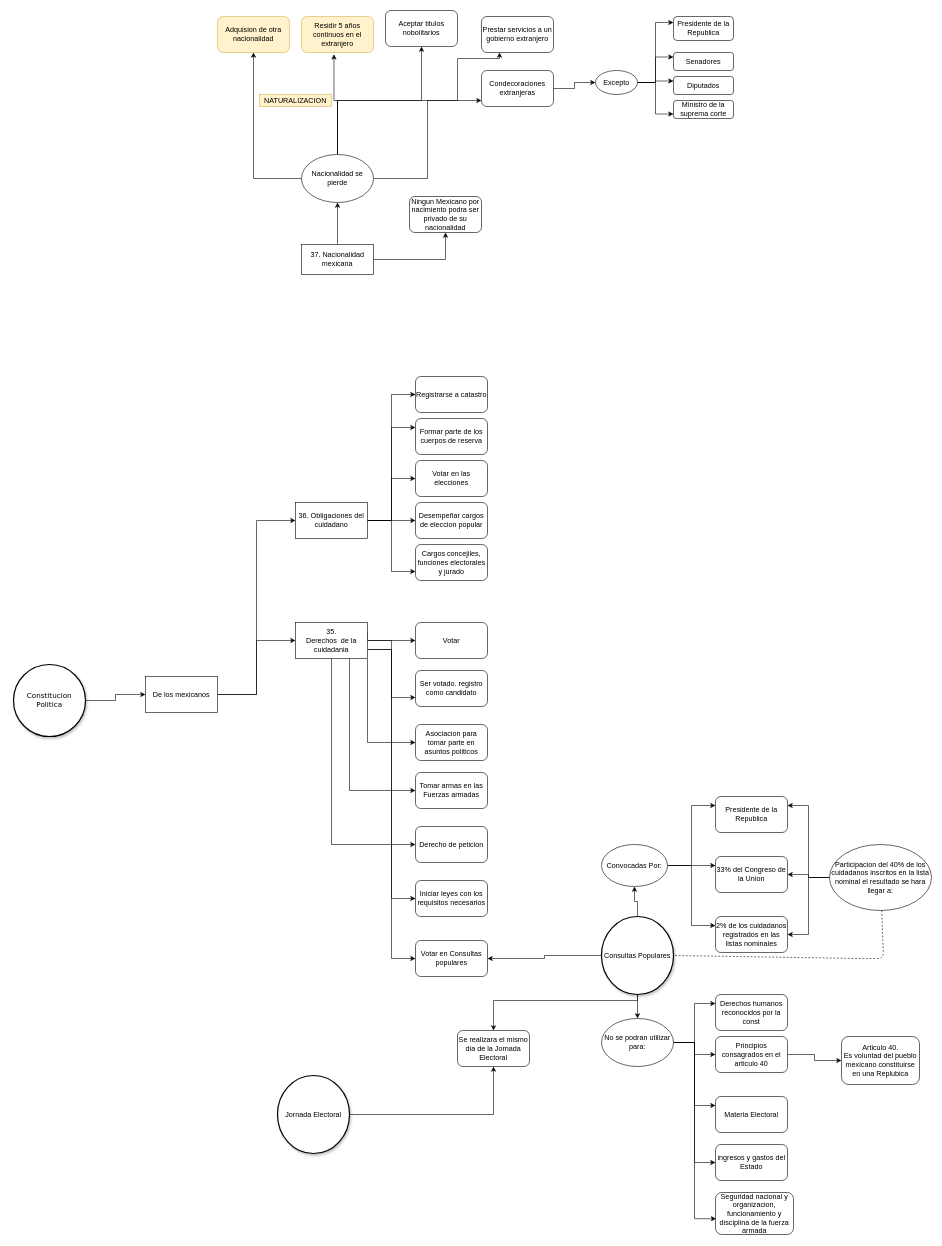
ChristianGastelum/vim keeps this draw.io diagram as Mapa mental Constitucion Politica.drawio. Above is the earlier version. Source tidied: cells renumbered, new cells numbered last; positions are measured from the earlier drawing's top-left corner, leaving out a move shared by most shapes. Both pictures are drawn from the tidied source at 60%, with x=0, y=0 at pixel (13, 10).
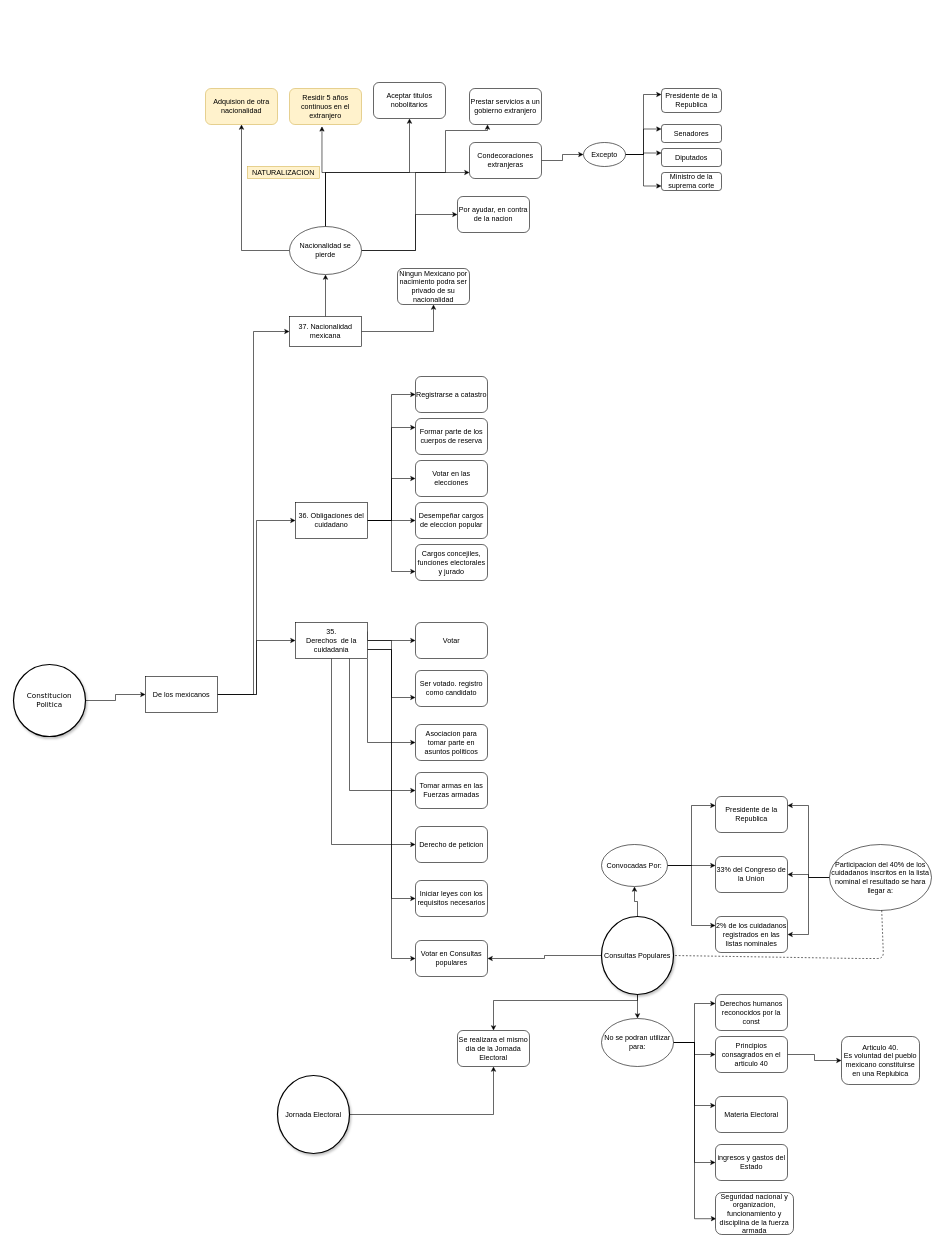
The same diagram, later.

The change refers to these unchanged cells:
```xml
<mxCell id="6" value="De los mexicanos" style="rounded=0;whiteSpace=wrap;html=1;" parent="1" vertex="1">
  <mxGeometry x="220" y="1110" width="120" height="60" as="geometry" />
</mxCell>
```

Change to the diagram source:
```diff
@@
+    <mxCell id="92" style="edgeStyle=orthogonalEdgeStyle;rounded=0;jettySize=auto;html=1;entryX=0;entryY=0.5;entryDx=0;entryDy=0;" parent="1" edge="1" source="6" target="68">
+      <mxGeometry relative="1" as="geometry">
+        <Array as="points">
+          <mxPoint x="400" y="1140" />
+          <mxPoint x="400" y="535" />
+        </Array>
+      </mxGeometry>
+    </mxCell>
@@
     <mxCell id="68" value="37. Nacionalidad mexicana" style="rounded=0;whiteSpace=wrap;html=1;" parent="1" vertex="1">
-      <mxGeometry x="480" y="390" width="120" height="50" as="geometry" />
+      <mxGeometry x="460" y="510" width="120" height="50" as="geometry" />
     </mxCell>
     <mxCell id="69" value="Ningun Mexicano por nacimiento podra ser privado de su nacionalidad" style="rounded=1;whiteSpace=wrap;html=1;" parent="1" vertex="1">
-      <mxGeometry x="660" y="310" width="120" height="60" as="geometry" />
+      <mxGeometry x="640" y="430" width="120" height="60" as="geometry" />
     </mxCell>
@@
     <mxCell id="71" style="edgeStyle=orthogonalEdgeStyle;rounded=0;jettySize=auto;html=1;entryX=0.451;entryY=1.05;entryDx=0;entryDy=0;entryPerimeter=0;" parent="1" edge="1" source="75" target="77">
       <mxGeometry relative="1" as="geometry">
         <Array as="points">
-          <mxPoint x="540" y="150" />
-          <mxPoint x="534" y="150" />
+          <mxPoint x="520" y="270" />
+          <mxPoint x="514" y="270" />
         </Array>
       </mxGeometry>
     </mxCell>
     <mxCell id="72" style="edgeStyle=orthogonalEdgeStyle;rounded=0;jettySize=auto;html=1;entryX=0.5;entryY=1;entryDx=0;entryDy=0;" parent="1" edge="1" source="75" target="79">
       <mxGeometry relative="1" as="geometry">
         <Array as="points">
-          <mxPoint x="540" y="150" />
-          <mxPoint x="680" y="150" />
+          <mxPoint x="520" y="270" />
+          <mxPoint x="660" y="270" />
         </Array>
       </mxGeometry>
     </mxCell>
     <mxCell id="73" style="edgeStyle=orthogonalEdgeStyle;rounded=0;jettySize=auto;html=1;entryX=0.25;entryY=1;entryDx=0;entryDy=0;" parent="1" edge="1" source="75" target="80">
       <mxGeometry relative="1" as="geometry">
         <Array as="points">
-          <mxPoint x="690" y="280" />
-          <mxPoint x="690" y="150" />
-          <mxPoint x="740" y="150" />
-          <mxPoint x="740" y="80" />
-          <mxPoint x="810" y="80" />
+          <mxPoint x="670" y="400" />
+          <mxPoint x="670" y="270" />
+          <mxPoint x="720" y="270" />
+          <mxPoint x="720" y="200" />
+          <mxPoint x="790" y="200" />
         </Array>
       </mxGeometry>
     </mxCell>
     <mxCell id="74" style="edgeStyle=orthogonalEdgeStyle;rounded=0;jettySize=auto;html=1;" parent="1" edge="1" source="75">
       <mxGeometry relative="1" as="geometry">
-        <mxPoint x="780" y="150" as="targetPoint" />
+        <mxPoint x="760" y="270" as="targetPoint" />
         <Array as="points">
-          <mxPoint x="540" y="150" />
+          <mxPoint x="520" y="270" />
         </Array>
       </mxGeometry>
     </mxCell>
+    <mxCell id="93" style="edgeStyle=orthogonalEdgeStyle;rounded=0;jettySize=auto;html=1;entryX=0;entryY=0.5;entryDx=0;entryDy=0;" parent="1" edge="1" source="75" target="94">
+      <mxGeometry relative="1" as="geometry">
+        <Array as="points">
+          <mxPoint x="670" y="400" />
+          <mxPoint x="670" y="340" />
+        </Array>
+      </mxGeometry>
+    </mxCell>
     <mxCell id="75" value="&lt;span style=&quot;white-space: normal&quot;&gt;Nacionalidad se pierde&lt;/span&gt;" style="ellipse;whiteSpace=wrap;html=1;" parent="1" vertex="1">
-      <mxGeometry x="480" y="240" width="120" height="80" as="geometry" />
+      <mxGeometry x="460" y="360" width="120" height="80" as="geometry" />
     </mxCell>
     <mxCell id="76" value="Adquision de otra nacionalidad" style="rounded=1;whiteSpace=wrap;html=1;fillColor=#fff2cc;strokeColor=#d6b656;" parent="1" vertex="1">
-      <mxGeometry x="340" y="10" width="120" height="60" as="geometry" />
+      <mxGeometry x="320" y="130" width="120" height="60" as="geometry" />
     </mxCell>
     <mxCell id="77" value="Residir 5 años continuos en el extranjero" style="rounded=1;whiteSpace=wrap;html=1;fillColor=#fff2cc;strokeColor=#d6b656;" parent="1" vertex="1">
-      <mxGeometry x="480" y="10" width="120" height="60" as="geometry" />
+      <mxGeometry x="460" y="130" width="120" height="60" as="geometry" />
     </mxCell>
     <mxCell id="78" value="NATURALIZACION" style="text;html=1;strokeColor=#d6b656;fillColor=#fff2cc;align=center;verticalAlign=middle;whiteSpace=wrap;rounded=0;" parent="1" vertex="1">
-      <mxGeometry x="410" y="140" width="120" height="20" as="geometry" />
+      <mxGeometry x="390" y="260" width="120" height="20" as="geometry" />
     </mxCell>
     <mxCell id="79" value="Aceptar titulos nobolitarios" style="rounded=1;whiteSpace=wrap;html=1;" parent="1" vertex="1">
-      <mxGeometry x="620" width="120" height="60" as="geometry" />
+      <mxGeometry x="600" y="120" width="120" height="60" as="geometry" />
     </mxCell>
     <mxCell id="80" value="Prestar servicios a un gobierno extranjero" style="rounded=1;whiteSpace=wrap;html=1;" parent="1" vertex="1">
-      <mxGeometry x="780" y="10" width="120" height="60" as="geometry" />
+      <mxGeometry x="760" y="130" width="120" height="60" as="geometry" />
     </mxCell>
@@
     <mxCell id="82" value="Condecoraciones extranjeras" style="rounded=1;whiteSpace=wrap;html=1;" parent="1" vertex="1">
-      <mxGeometry x="780" y="100" width="120" height="60" as="geometry" />
+      <mxGeometry x="760" y="220" width="120" height="60" as="geometry" />
     </mxCell>
@@
     <mxCell id="87" value="Excepto" style="ellipse;whiteSpace=wrap;html=1;" parent="1" vertex="1">
-      <mxGeometry x="970" y="100" width="70" height="40" as="geometry" />
+      <mxGeometry x="950" y="220" width="70" height="40" as="geometry" />
     </mxCell>
     <mxCell id="88" value="Presidente de la Republica" style="rounded=1;whiteSpace=wrap;html=1;" parent="1" vertex="1">
-      <mxGeometry x="1100" y="10" width="100" height="40" as="geometry" />
+      <mxGeometry x="1080" y="130" width="100" height="40" as="geometry" />
     </mxCell>
     <mxCell id="89" value="Senadores&lt;br&gt;" style="rounded=1;whiteSpace=wrap;html=1;" parent="1" vertex="1">
-      <mxGeometry x="1100" y="70" width="100" height="30" as="geometry" />
+      <mxGeometry x="1080" y="190" width="100" height="30" as="geometry" />
     </mxCell>
     <mxCell id="90" value="Diputados&lt;br&gt;" style="rounded=1;whiteSpace=wrap;html=1;" parent="1" vertex="1">
-      <mxGeometry x="1100" y="110" width="100" height="30" as="geometry" />
+      <mxGeometry x="1080" y="230" width="100" height="30" as="geometry" />
     </mxCell>
     <mxCell id="91" value="Ministro de la suprema corte" style="rounded=1;whiteSpace=wrap;html=1;" parent="1" vertex="1">
-      <mxGeometry x="1100" y="150" width="100" height="30" as="geometry" />
+      <mxGeometry x="1080" y="270" width="100" height="30" as="geometry" />
     </mxCell>
+    <mxCell id="94" value="Por ayudar, en contra de la nacion" style="rounded=1;whiteSpace=wrap;html=1;" parent="1" vertex="1">
+      <mxGeometry x="740" y="310" width="120" height="60" as="geometry" />
+    </mxCell>
```
